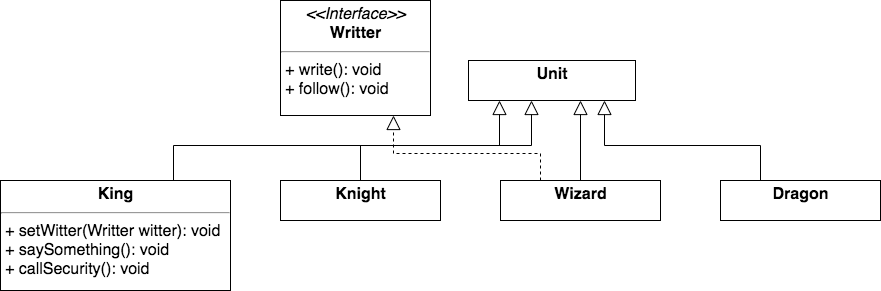
Before: java/interface/assets/readme-03.png, a diagram exported from draw.io (it-cube-miass/java-android). Source tidied: cells renumbered, new cells last; positions are measured from the earlier drawing's top-left corner, leaving out a move shared by most shapes.
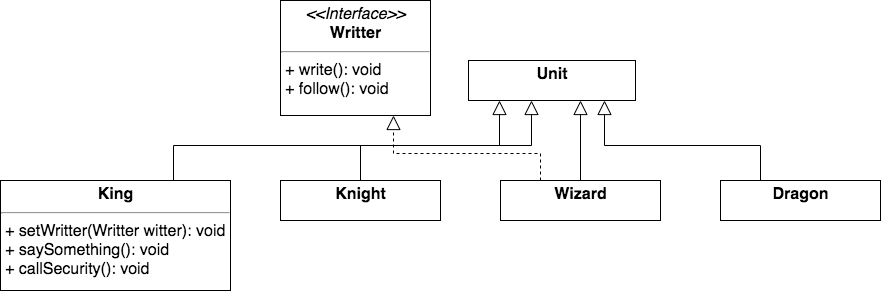
The same file after the commit.

What changed in the source:
```diff
@@ -29,7 +29,7 @@
     <mxCell id="10" style="edgeStyle=orthogonalEdgeStyle;rounded=0;jettySize=auto;html=1;exitX=0.75;exitY=0;exitDx=0;exitDy=0;entryX=0.188;entryY=1;entryDx=0;entryDy=0;entryPerimeter=0;endArrow=block;endFill=0;endSize=12;strokeWidth=1;fontSize=16;" parent="1" edge="1" source="11" target="2">
       <mxGeometry relative="1" as="geometry" />
     </mxCell>
-    <mxCell id="11" value="&lt;p style=&quot;margin: 4px 0px 0px ; text-align: center ; font-size: 16px&quot;&gt;&lt;b style=&quot;font-size: 16px&quot;&gt;King&lt;/b&gt;&lt;/p&gt;&lt;hr style=&quot;font-size: 16px&quot;&gt;&lt;p style=&quot;margin: 0px 0px 0px 4px ; font-size: 16px&quot;&gt;+ setWitter(Writter witter): void&amp;nbsp;&lt;/p&gt;&lt;p style=&quot;margin: 0px 0px 0px 4px ; font-size: 16px&quot;&gt;+ saySomething(): void&lt;/p&gt;&lt;p style=&quot;margin: 0px 0px 0px 4px ; font-size: 16px&quot;&gt;+&amp;nbsp;&lt;span style=&quot;background-color: rgb(255 , 255 , 255)&quot;&gt;callSecurity&lt;/span&gt;(): void&lt;/p&gt;" style="verticalAlign=top;align=left;overflow=fill;fontSize=16;fontFamily=Helvetica;html=1;strokeWidth=1;" parent="1" vertex="1">
+    <mxCell id="11" value="&lt;p style=&quot;margin: 4px 0px 0px ; text-align: center ; font-size: 16px&quot;&gt;&lt;b style=&quot;font-size: 16px&quot;&gt;King&lt;/b&gt;&lt;/p&gt;&lt;hr style=&quot;font-size: 16px&quot;&gt;&lt;p style=&quot;margin: 0px 0px 0px 4px ; font-size: 16px&quot;&gt;+ setWritter(Writter witter): void&amp;nbsp;&lt;/p&gt;&lt;p style=&quot;margin: 0px 0px 0px 4px ; font-size: 16px&quot;&gt;+ saySomething(): void&lt;/p&gt;&lt;p style=&quot;margin: 0px 0px 0px 4px ; font-size: 16px&quot;&gt;+&amp;nbsp;&lt;span style=&quot;background-color: rgb(255 , 255 , 255)&quot;&gt;callSecurity&lt;/span&gt;(): void&lt;/p&gt;" style="verticalAlign=top;align=left;overflow=fill;fontSize=16;fontFamily=Helvetica;html=1;strokeWidth=1;" parent="1" vertex="1">
       <mxGeometry y="180" width="230" height="110" as="geometry" />
     </mxCell>
     <mxCell id="12" value="&lt;p style=&quot;margin: 4px 0px 0px ; text-align: center ; font-size: 16px&quot;&gt;&lt;i style=&quot;font-size: 16px&quot;&gt;&amp;lt;&amp;lt;Interface&amp;gt;&amp;gt;&lt;/i&gt;&lt;br style=&quot;font-size: 16px&quot;&gt;&lt;b style=&quot;font-size: 16px&quot;&gt;&lt;font style=&quot;font-size: 16px&quot;&gt;Writter&lt;/font&gt;&lt;/b&gt;&lt;/p&gt;&lt;hr style=&quot;font-size: 16px&quot;&gt;&lt;p style=&quot;margin: 0px 0px 0px 4px ; font-size: 16px&quot;&gt;+ write(): void&lt;br style=&quot;font-size: 16px&quot;&gt;+ follow(): void&lt;/p&gt;" style="verticalAlign=top;align=left;overflow=fill;fontSize=16;fontFamily=Helvetica;html=1;strokeWidth=1;" parent="1" vertex="1">
```
